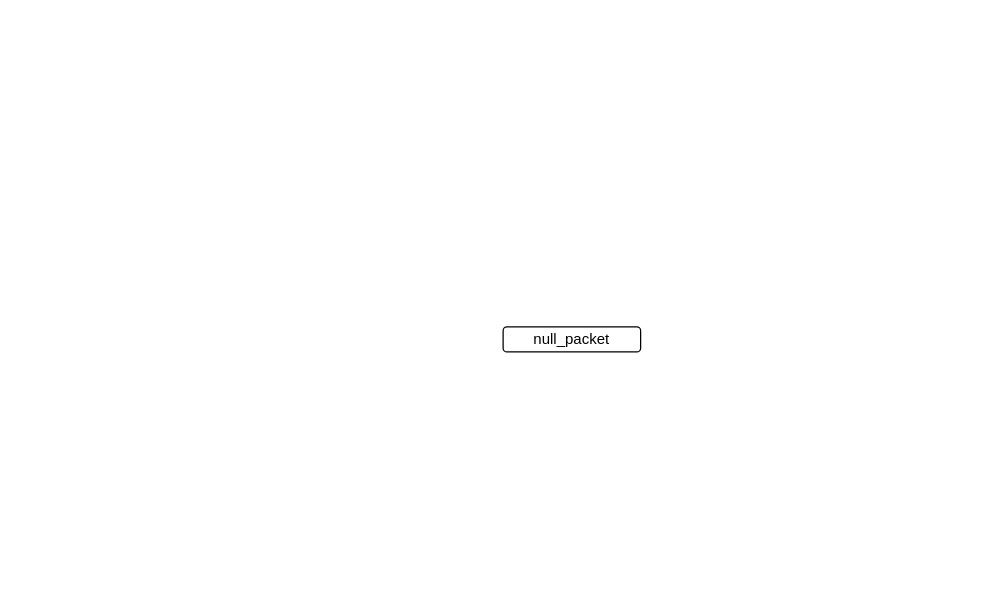
Earlier version of the draw.io diagram la_module.drawio (david870110/LA_Module). Source tidied: cells renumbered, new cells numbered last; positions are measured from the earlier drawing's top-left corner, leaving out a move shared by most shapes. Both pictures are drawn from the tidied source at 125%, with x=0, y=0 at pixel (502, 326).
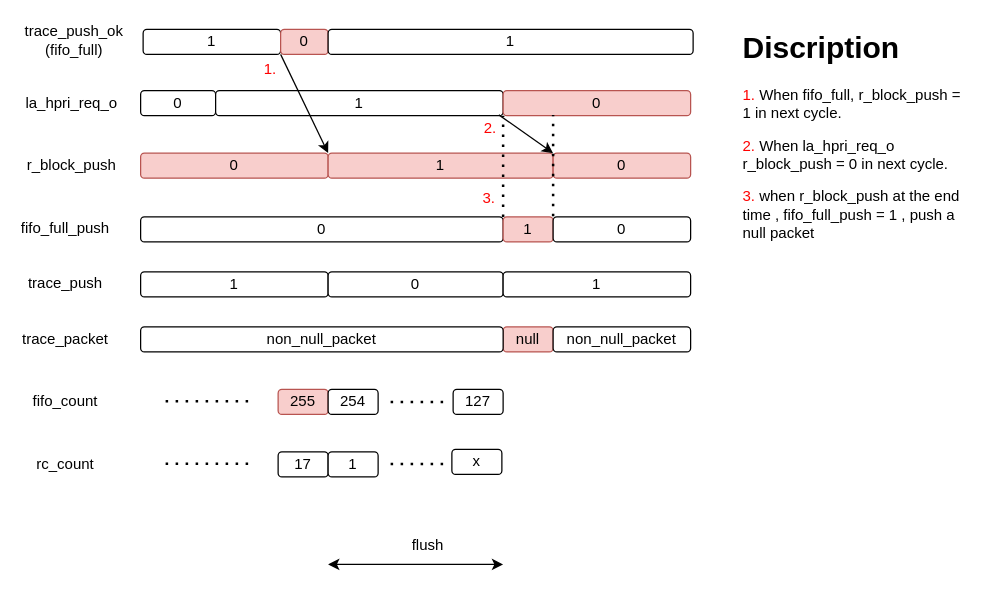
Above is the later version.

Commit message (it also covers changes not shown here):
la_module_flushlogic_0830

Change to the diagram source:
```diff
@@
-    <mxCell id="2" value="null_packet" style="rounded=1;whiteSpace=wrap;html=1;" parent="1" vertex="1">
-      <mxGeometry width="110" height="20" as="geometry" />
+    <mxCell id="2" value="null" style="rounded=1;whiteSpace=wrap;html=1;fillColor=#f8cecc;strokeColor=#b85450;" parent="1" vertex="1">
+      <mxGeometry width="40" height="20" as="geometry" />
     </mxCell>
+    <mxCell id="3" value="non_null_packet" style="rounded=1;whiteSpace=wrap;html=1;" parent="1" vertex="1">
+      <mxGeometry x="-290" width="290" height="20" as="geometry" />
+    </mxCell>
+    <mxCell id="4" value="255" style="rounded=1;whiteSpace=wrap;html=1;fillColor=#f8cecc;strokeColor=#b85450;" parent="1" vertex="1">
+      <mxGeometry x="-180" y="50" width="40" height="20" as="geometry" />
+    </mxCell>
+    <mxCell id="5" value="17" style="rounded=1;whiteSpace=wrap;html=1;" parent="1" vertex="1">
+      <mxGeometry x="-180" y="100" width="40" height="20" as="geometry" />
+    </mxCell>
+    <mxCell id="6" value="1" style="rounded=1;whiteSpace=wrap;html=1;" parent="1" vertex="1">
+      <mxGeometry x="-140" y="100" width="40" height="20" as="geometry" />
+    </mxCell>
+    <mxCell id="7" value="rc_count" style="text;html=1;align=center;verticalAlign=middle;whiteSpace=wrap;rounded=0;" parent="1" vertex="1">
+      <mxGeometry x="-380" y="95" width="60" height="30" as="geometry" />
+    </mxCell>
+    <mxCell id="8" value="fifo_count" style="text;html=1;align=center;verticalAlign=middle;whiteSpace=wrap;rounded=0;" parent="1" vertex="1">
+      <mxGeometry x="-380" y="45" width="60" height="30" as="geometry" />
+    </mxCell>
+    <mxCell id="9" value="trace_packet" style="text;html=1;align=center;verticalAlign=middle;whiteSpace=wrap;rounded=0;" parent="1" vertex="1">
+      <mxGeometry x="-380" y="-5" width="60" height="30" as="geometry" />
+    </mxCell>
+    <mxCell id="10" style="endArrow=none;dashed=1;html=1;dashPattern=1 3;strokeWidth=2;rounded=0;" parent="1" edge="1">
+      <mxGeometry relative="1" as="geometry">
+        <mxPoint x="-270" y="109.5" as="sourcePoint" />
+        <mxPoint x="-200" y="109.5" as="targetPoint" />
+      </mxGeometry>
+    </mxCell>
+    <mxCell id="11" style="endArrow=none;dashed=1;html=1;dashPattern=1 3;strokeWidth=2;rounded=0;" parent="1" edge="1">
+      <mxGeometry relative="1" as="geometry">
+        <mxPoint x="-270" y="59.5" as="sourcePoint" />
+        <mxPoint x="-200" y="59.5" as="targetPoint" />
+      </mxGeometry>
+    </mxCell>
+    <mxCell id="12" value="254" style="rounded=1;whiteSpace=wrap;html=1;" parent="1" vertex="1">
+      <mxGeometry x="-140" y="50" width="40" height="20" as="geometry" />
+    </mxCell>
+    <mxCell id="13" style="endArrow=classic;startArrow=classic;html=1;rounded=0;" parent="1" edge="1">
+      <mxGeometry relative="1" as="geometry">
+        <mxPoint x="-140" y="190" as="sourcePoint" />
+        <mxPoint y="190" as="targetPoint" />
+      </mxGeometry>
+    </mxCell>
+    <mxCell id="14" value="flush" style="text;html=1;align=center;verticalAlign=middle;whiteSpace=wrap;rounded=0;" parent="1" vertex="1">
+      <mxGeometry x="-90" y="160" width="60" height="30" as="geometry" />
+    </mxCell>
+    <mxCell id="15" value="non_null_packet" style="rounded=1;whiteSpace=wrap;html=1;" parent="1" vertex="1">
+      <mxGeometry x="40" width="110" height="20" as="geometry" />
+    </mxCell>
+    <mxCell id="16" value="127" style="rounded=1;whiteSpace=wrap;html=1;" parent="1" vertex="1">
+      <mxGeometry x="-40" y="50" width="40" height="20" as="geometry" />
+    </mxCell>
+    <mxCell id="17" style="endArrow=none;dashed=1;html=1;dashPattern=1 3;strokeWidth=2;rounded=0;" parent="1" edge="1">
+      <mxGeometry relative="1" as="geometry">
+        <mxPoint x="-90" y="60" as="sourcePoint" />
+        <mxPoint x="-47" y="60" as="targetPoint" />
+      </mxGeometry>
+    </mxCell>
+    <mxCell id="18" style="endArrow=none;dashed=1;html=1;dashPattern=1 3;strokeWidth=2;rounded=0;" parent="1" edge="1">
+      <mxGeometry relative="1" as="geometry">
+        <mxPoint x="-90" y="109.6" as="sourcePoint" />
+        <mxPoint x="-47" y="109.6" as="targetPoint" />
+      </mxGeometry>
+    </mxCell>
+    <mxCell id="19" value="x" style="rounded=1;whiteSpace=wrap;html=1;" parent="1" vertex="1">
+      <mxGeometry x="-41" y="98" width="40" height="20" as="geometry" />
+    </mxCell>
+    <mxCell id="20" value="trace_push" style="text;html=1;align=center;verticalAlign=middle;whiteSpace=wrap;rounded=0;" parent="1" vertex="1">
+      <mxGeometry x="-380" y="-50" width="60" height="30" as="geometry" />
+    </mxCell>
+    <mxCell id="21" value="1" style="rounded=1;whiteSpace=wrap;html=1;" parent="1" vertex="1">
+      <mxGeometry x="-290" y="-44" width="150" height="20" as="geometry" />
+    </mxCell>
+    <mxCell id="22" value="0" style="rounded=1;whiteSpace=wrap;html=1;" parent="1" vertex="1">
+      <mxGeometry x="-140" y="-44" width="140" height="20" as="geometry" />
+    </mxCell>
+    <mxCell id="23" value="1" style="rounded=1;whiteSpace=wrap;html=1;" parent="1" vertex="1">
+      <mxGeometry y="-44" width="150" height="20" as="geometry" />
+    </mxCell>
+    <mxCell id="24" value="r_block_push" style="text;html=1;align=center;verticalAlign=middle;whiteSpace=wrap;rounded=0;" parent="1" vertex="1">
+      <mxGeometry x="-380" y="-144" width="70" height="30" as="geometry" />
+    </mxCell>
+    <mxCell id="25" value="0" style="rounded=1;whiteSpace=wrap;html=1;fillColor=#f8cecc;strokeColor=#b85450;" parent="1" vertex="1">
+      <mxGeometry x="-290" y="-139" width="150" height="20" as="geometry" />
+    </mxCell>
+    <mxCell id="26" value="1" style="rounded=1;whiteSpace=wrap;html=1;fillColor=#f8cecc;strokeColor=#b85450;" parent="1" vertex="1">
+      <mxGeometry x="-140" y="-139" width="180" height="20" as="geometry" />
+    </mxCell>
+    <mxCell id="27" value="0" style="rounded=1;whiteSpace=wrap;html=1;fillColor=#f8cecc;strokeColor=#b85450;" parent="1" vertex="1">
+      <mxGeometry x="40" y="-139" width="110" height="20" as="geometry" />
+    </mxCell>
+    <mxCell id="28" value="la_hpri_req_o" style="text;html=1;align=center;verticalAlign=middle;whiteSpace=wrap;rounded=0;" parent="1" vertex="1">
+      <mxGeometry x="-380" y="-194" width="70" height="30" as="geometry" />
+    </mxCell>
+    <mxCell id="29" value="0" style="rounded=1;whiteSpace=wrap;html=1;" parent="1" vertex="1">
+      <mxGeometry x="-290" y="-189" width="60" height="20" as="geometry" />
+    </mxCell>
+    <mxCell id="30" value="1" style="rounded=1;whiteSpace=wrap;html=1;" parent="1" vertex="1">
+      <mxGeometry x="-230" y="-189" width="230" height="20" as="geometry" />
+    </mxCell>
+    <mxCell id="31" value="0" style="rounded=1;whiteSpace=wrap;html=1;fillColor=#f8cecc;strokeColor=#b85450;" parent="1" vertex="1">
+      <mxGeometry y="-189" width="150" height="20" as="geometry" />
+    </mxCell>
+    <mxCell id="32" value="trace_push_ok&lt;div&gt;(fifo_full)&lt;/div&gt;" style="text;html=1;align=center;verticalAlign=middle;whiteSpace=wrap;rounded=0;" parent="1" vertex="1">
+      <mxGeometry x="-373" y="-244" width="60" height="30" as="geometry" />
+    </mxCell>
+    <mxCell id="33" value="1" style="rounded=1;whiteSpace=wrap;html=1;" parent="1" vertex="1">
+      <mxGeometry x="-288" y="-238" width="110" height="20" as="geometry" />
+    </mxCell>
+    <mxCell id="34" value="0" style="rounded=1;whiteSpace=wrap;html=1;fillColor=#f8cecc;strokeColor=#b85450;" parent="1" vertex="1">
+      <mxGeometry x="-178" y="-238" width="38" height="20" as="geometry" />
+    </mxCell>
+    <mxCell id="35" value="1" style="rounded=1;whiteSpace=wrap;html=1;" parent="1" vertex="1">
+      <mxGeometry x="-140" y="-238" width="292" height="20" as="geometry" />
+    </mxCell>
+    <mxCell id="36" value="fifo_full_push" style="text;html=1;align=center;verticalAlign=middle;whiteSpace=wrap;rounded=0;" parent="1" vertex="1">
+      <mxGeometry x="-380" y="-94" width="60" height="30" as="geometry" />
+    </mxCell>
+    <mxCell id="37" value="0" style="rounded=1;whiteSpace=wrap;html=1;" parent="1" vertex="1">
+      <mxGeometry x="-290" y="-88" width="290" height="20" as="geometry" />
+    </mxCell>
+    <mxCell id="38" value="1" style="rounded=1;whiteSpace=wrap;html=1;fillColor=#f8cecc;strokeColor=#b85450;" parent="1" vertex="1">
+      <mxGeometry y="-88" width="40" height="20" as="geometry" />
+    </mxCell>
+    <mxCell id="39" style="endArrow=classic;html=1;rounded=0;exitX=1;exitY=1;exitDx=0;exitDy=0;entryX=1;entryY=0;entryDx=0;entryDy=0;" parent="1" edge="1" source="33" target="25">
+      <mxGeometry relative="1" as="geometry" />
+    </mxCell>
+    <mxCell id="40" style="endArrow=classic;html=1;rounded=0;entryX=1;entryY=0;entryDx=0;entryDy=0;exitX=0.985;exitY=0.97;exitDx=0;exitDy=0;exitPerimeter=0;" parent="1" edge="1" source="30" target="26">
+      <mxGeometry relative="1" as="geometry" />
+    </mxCell>
+    <mxCell id="41" value="0" style="rounded=1;whiteSpace=wrap;html=1;" parent="1" vertex="1">
+      <mxGeometry x="40" y="-88" width="110" height="20" as="geometry" />
+    </mxCell>
+    <mxCell id="42" style="endArrow=none;dashed=1;html=1;dashPattern=1 3;strokeWidth=2;rounded=0;entryX=0;entryY=1;entryDx=0;entryDy=0;exitX=0;exitY=0;exitDx=0;exitDy=0;" parent="1" edge="1" source="38" target="31">
+      <mxGeometry relative="1" as="geometry" />
+    </mxCell>
+    <mxCell id="43" style="endArrow=none;dashed=1;html=1;dashPattern=1 3;strokeWidth=2;rounded=0;entryX=0;entryY=1;entryDx=0;entryDy=0;exitX=0;exitY=0;exitDx=0;exitDy=0;" parent="1" edge="1">
+      <mxGeometry relative="1" as="geometry">
+        <mxPoint x="40" y="-88.5" as="sourcePoint" />
+        <mxPoint x="40" y="-169.5" as="targetPoint" />
+      </mxGeometry>
+    </mxCell>
+    <mxCell id="44" value="&lt;h1 style=&quot;margin-top: 0px;&quot;&gt;Discription&lt;/h1&gt;&lt;p&gt;&lt;font color=&quot;#ff0000&quot;&gt;1.&lt;/font&gt; When fifo_full, r_block_push = 1 in next cycle.&lt;/p&gt;&lt;p&gt;&lt;font color=&quot;#ff0000&quot;&gt;2.&lt;/font&gt; When la_hpri_req_o r_block_push = 0 in next cycle.&lt;/p&gt;&lt;p&gt;&lt;font color=&quot;#ff0000&quot;&gt;3.&lt;/font&gt; when r_block_push at the end time , fifo_full_push = 1 , push a null packet&lt;/p&gt;&lt;p&gt;&lt;br&gt;&lt;/p&gt;" style="text;html=1;whiteSpace=wrap;overflow=hidden;rounded=0;" parent="1" vertex="1">
+      <mxGeometry x="190" y="-244" width="180" height="370" as="geometry" />
+    </mxCell>
+    <mxCell id="45" value="&lt;font color=&quot;#ff0000&quot;&gt;1.&lt;/font&gt;" style="text;html=1;align=center;verticalAlign=middle;whiteSpace=wrap;rounded=0;" parent="1" vertex="1">
+      <mxGeometry x="-216" y="-221" width="60" height="30" as="geometry" />
+    </mxCell>
+    <mxCell id="46" value="&lt;font color=&quot;#ff0000&quot;&gt;2.&lt;/font&gt;" style="text;html=1;align=center;verticalAlign=middle;whiteSpace=wrap;rounded=0;" parent="1" vertex="1">
+      <mxGeometry x="-40" y="-174" width="60" height="30" as="geometry" />
+    </mxCell>
+    <mxCell id="47" value="&lt;font color=&quot;#ff0000&quot;&gt;3.&lt;/font&gt;" style="text;html=1;align=center;verticalAlign=middle;whiteSpace=wrap;rounded=0;" parent="1" vertex="1">
+      <mxGeometry x="-41" y="-118" width="60" height="30" as="geometry" />
+    </mxCell>
```
